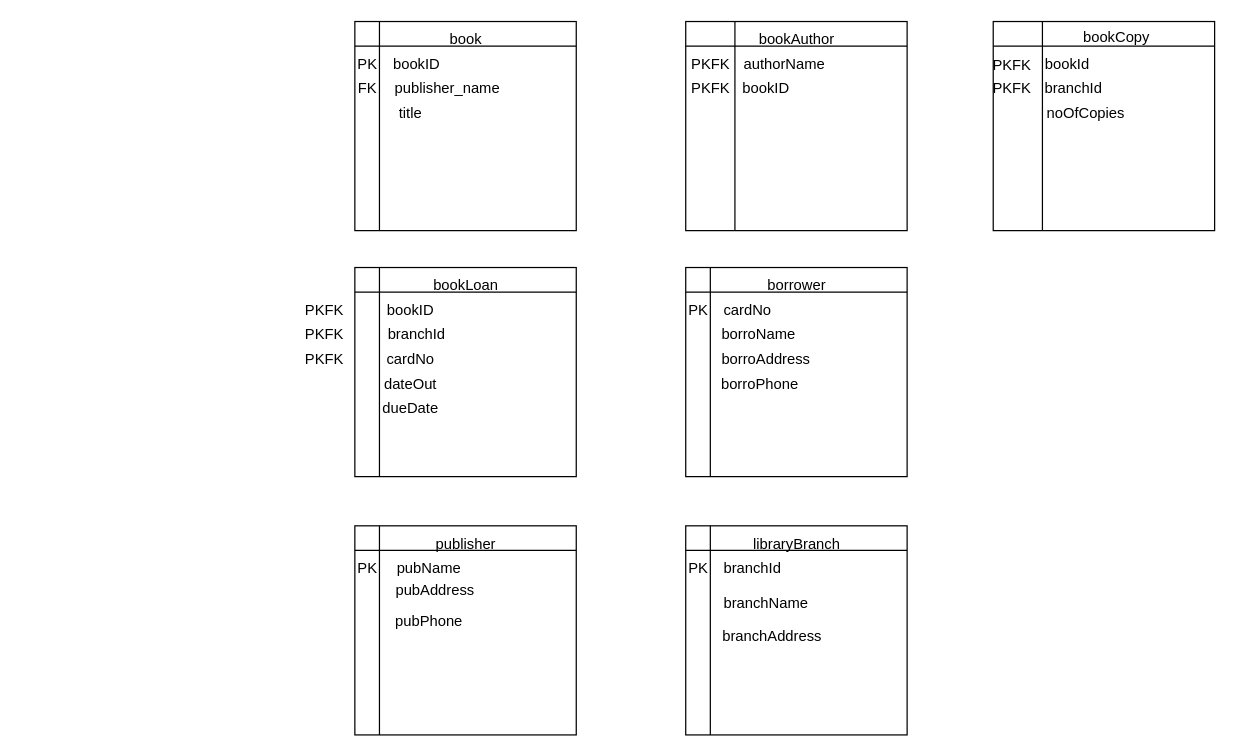
Earlier version of the draw.io diagram Week3.drawio (TheCSharpAcademy/USC.ICT211.DatabaseDesign). Source tidied: cells renumbered, new cells numbered last; positions are measured from the earlier drawing's top-left corner, leaving out a move shared by most shapes. Both pictures are drawn from the tidied source at 123%, with x=0, y=0 at pixel (293, 21).
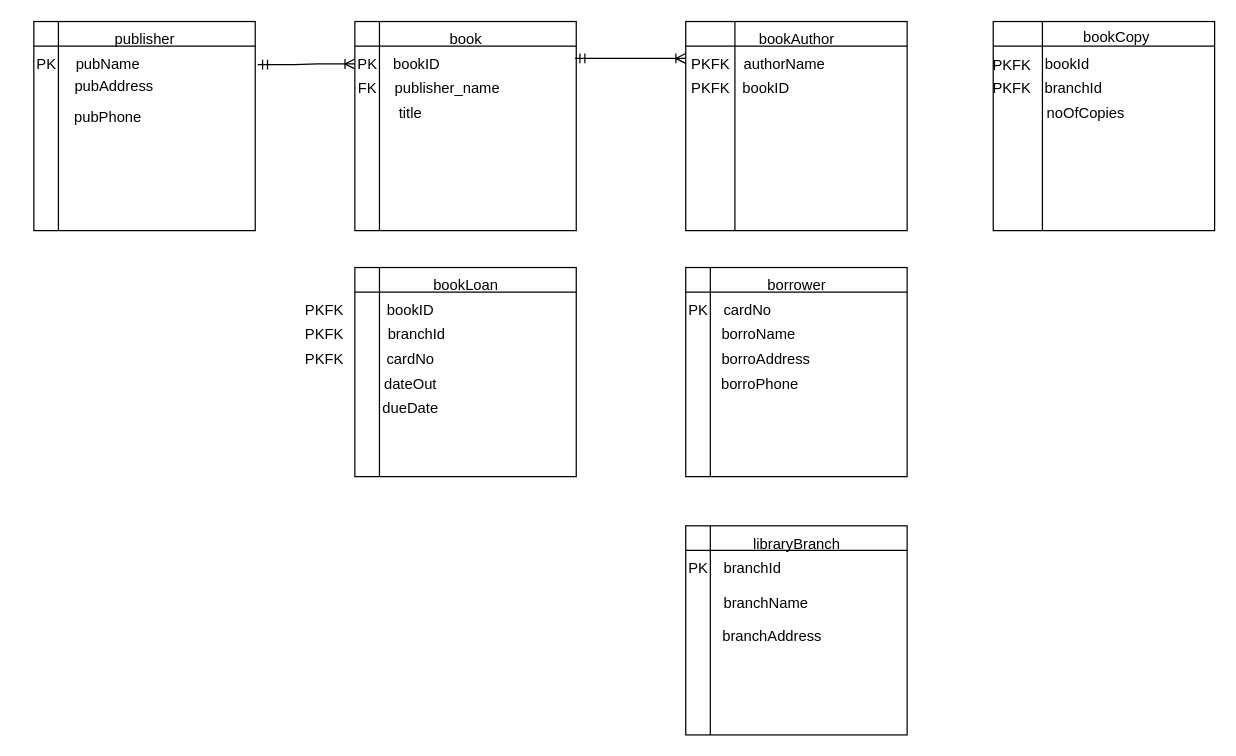
Above is the later version.

What changed in the source:
```diff
@@
     <mxCell id="8" style="shape=internalStorage;whiteSpace=wrap;html=1;backgroundOutline=1;" parent="1" vertex="1">
-      <mxGeometry x="50" y="410" width="180" height="170" as="geometry" />
+      <mxGeometry x="-211" width="180" height="170" as="geometry" />
     </mxCell>
     <mxCell id="9" value="publisher" style="text;html=1;align=center;verticalAlign=middle;strokeColor=none;fillColor=none;" parent="1" vertex="1">
-      <mxGeometry x="105" y="410" width="70" height="30" as="geometry" />
+      <mxGeometry x="-156" width="70" height="30" as="geometry" />
     </mxCell>
     <mxCell id="10" value="PK" style="text;html=1;align=center;verticalAlign=middle;strokeColor=none;fillColor=none;" parent="1" vertex="1">
-      <mxGeometry x="40" y="430" width="40" height="30" as="geometry" />
+      <mxGeometry x="-221" y="20" width="40" height="30" as="geometry" />
     </mxCell>
@@
     <mxCell id="24" value="pubName" style="text;html=1;align=center;verticalAlign=middle;strokeColor=none;fillColor=none;" parent="1" vertex="1">
-      <mxGeometry x="70" y="430" width="80" height="30" as="geometry" />
+      <mxGeometry x="-191" y="20" width="80" height="30" as="geometry" />
     </mxCell>
@@
     <mxCell id="26" value="pubAddress&lt;div&gt;&lt;br&gt;&lt;/div&gt;" style="text;html=1;align=center;verticalAlign=middle;strokeColor=none;fillColor=none;" parent="1" vertex="1">
-      <mxGeometry x="70" y="450" width="90" height="40" as="geometry" />
+      <mxGeometry x="-191" y="40" width="90" height="40" as="geometry" />
     </mxCell>
     <mxCell id="27" value="pubPhone&lt;div&gt;&lt;br&gt;&lt;/div&gt;" style="text;html=1;align=center;verticalAlign=middle;strokeColor=none;fillColor=none;" parent="1" vertex="1">
-      <mxGeometry x="70" y="475" width="80" height="40" as="geometry" />
+      <mxGeometry x="-191" y="65" width="80" height="40" as="geometry" />
     </mxCell>
@@
+    <mxCell id="51" style="edgeStyle=entityRelationEdgeStyle;fontSize=12;html=1;endArrow=ERoneToMany;startArrow=ERmandOne;rounded=0;" parent="1" edge="1">
+      <mxGeometry relative="1" as="geometry">
+        <mxPoint x="229" y="30" as="sourcePoint" />
+        <mxPoint x="319" y="30" as="targetPoint" />
+      </mxGeometry>
+    </mxCell>
+    <mxCell id="52" style="edgeStyle=entityRelationEdgeStyle;fontSize=12;html=1;endArrow=ERoneToMany;startArrow=ERmandOne;rounded=0;exitX=1.011;exitY=0.206;exitDx=0;exitDy=0;exitPerimeter=0;" parent="1" edge="1" source="8">
+      <mxGeometry relative="1" as="geometry">
+        <mxPoint x="50" y="34.5" as="targetPoint" />
+      </mxGeometry>
+    </mxCell>
```
